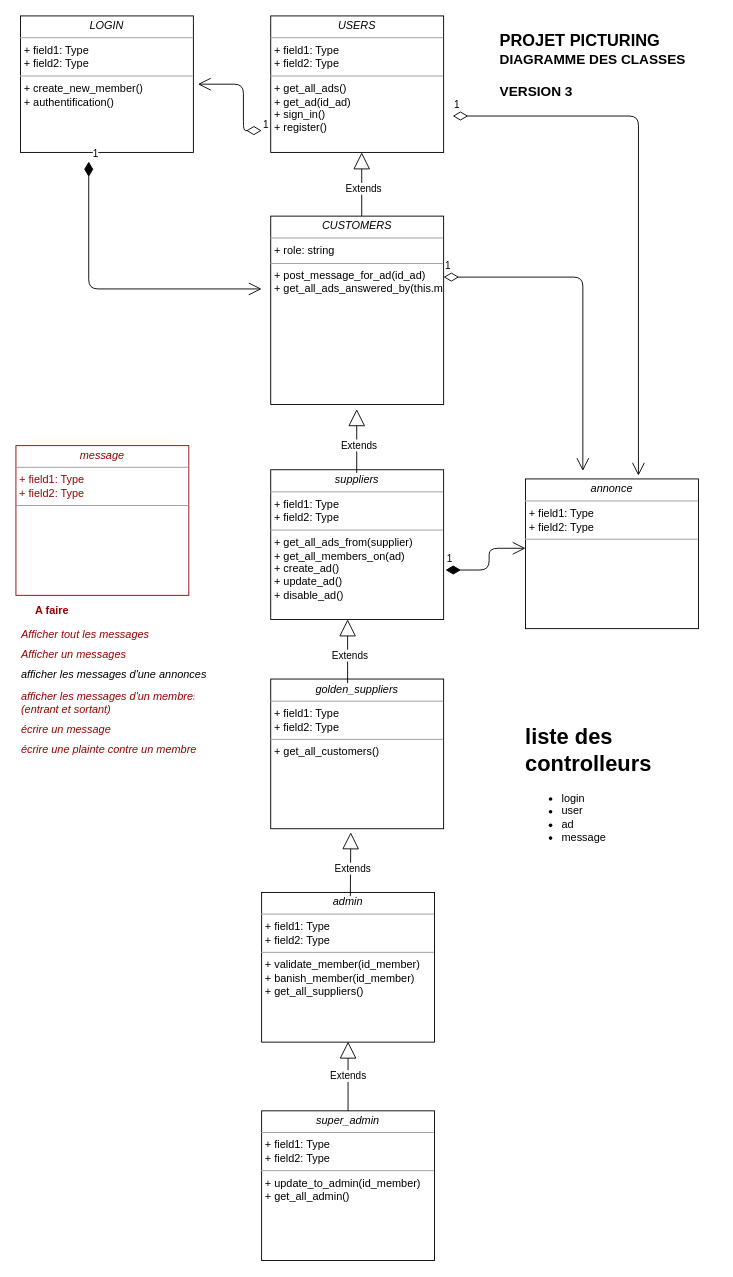
Earlier version of the draw.io diagram fichiers_projet/database/diagram_class_v3.drawio (Gazowski/projet_picturing). Source tidied: cells renumbered, new cells numbered last; positions are measured from the earlier drawing's top-left corner, leaving out a move shared by most shapes. Both pictures are drawn from the tidied source at 91%, with x=0, y=0 at pixel (15, 15).
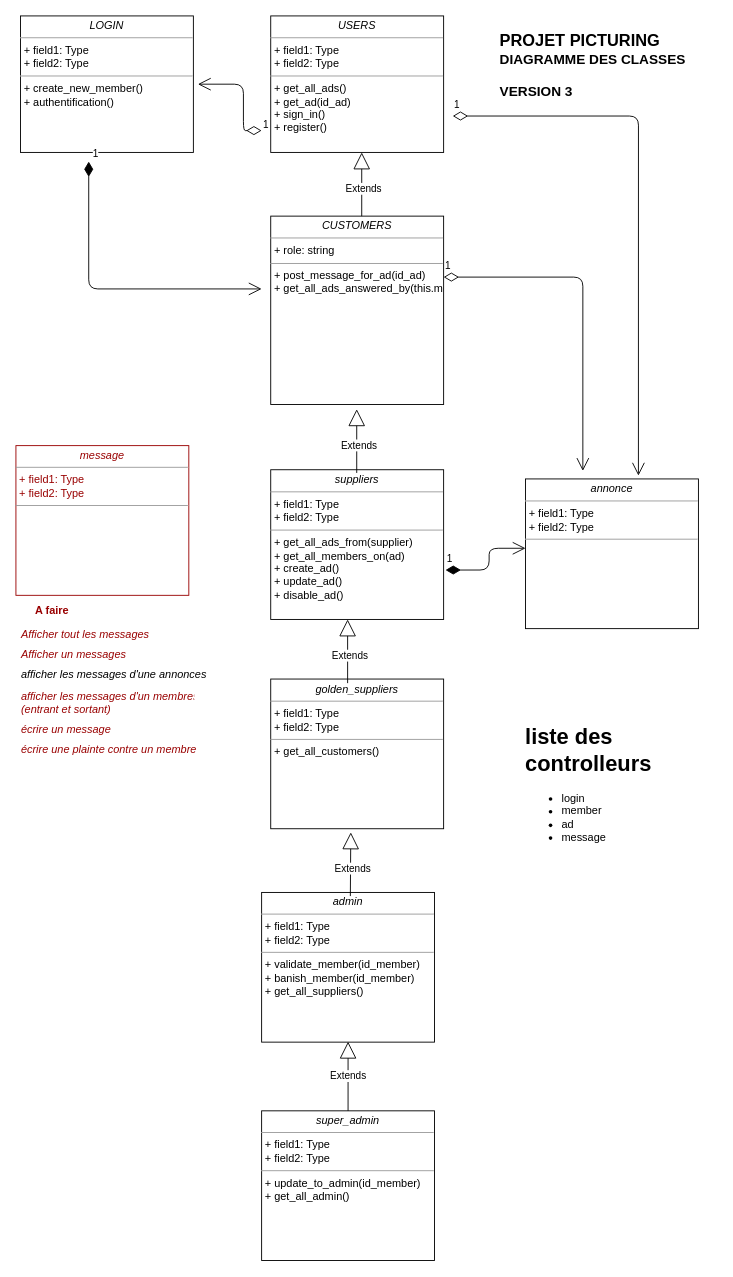
Above is the later version.

Diff of the diagram source:
```diff
@@
-    <mxCell id="29" value="&lt;h1&gt;liste des controlleurs&lt;/h1&gt;&lt;p&gt;&lt;ul&gt;&lt;li&gt;login&lt;/li&gt;&lt;li&gt;user&lt;/li&gt;&lt;li&gt;ad&lt;/li&gt;&lt;li&gt;message&lt;/li&gt;&lt;/ul&gt;&lt;/p&gt;&lt;p&gt;&lt;br&gt;&lt;/p&gt;" style="text;html=1;strokeColor=none;fillColor=none;spacing=5;spacingTop=-20;whiteSpace=wrap;overflow=hidden;rounded=0;" parent="1" vertex="1">
+    <mxCell id="29" value="&lt;h1&gt;liste des controlleurs&lt;/h1&gt;&lt;p&gt;&lt;/p&gt;&lt;ul&gt;&lt;li&gt;login&lt;/li&gt;&lt;li&gt;member&lt;/li&gt;&lt;li&gt;ad&lt;/li&gt;&lt;li&gt;message&lt;/li&gt;&lt;/ul&gt;&lt;p&gt;&lt;/p&gt;&lt;p&gt;&lt;br&gt;&lt;/p&gt;" style="text;html=1;strokeColor=none;fillColor=none;spacing=5;spacingTop=-20;whiteSpace=wrap;overflow=hidden;rounded=0;" parent="1" vertex="1">
       <mxGeometry x="555" y="773" width="190" height="147" as="geometry" />
     </mxCell>
```
